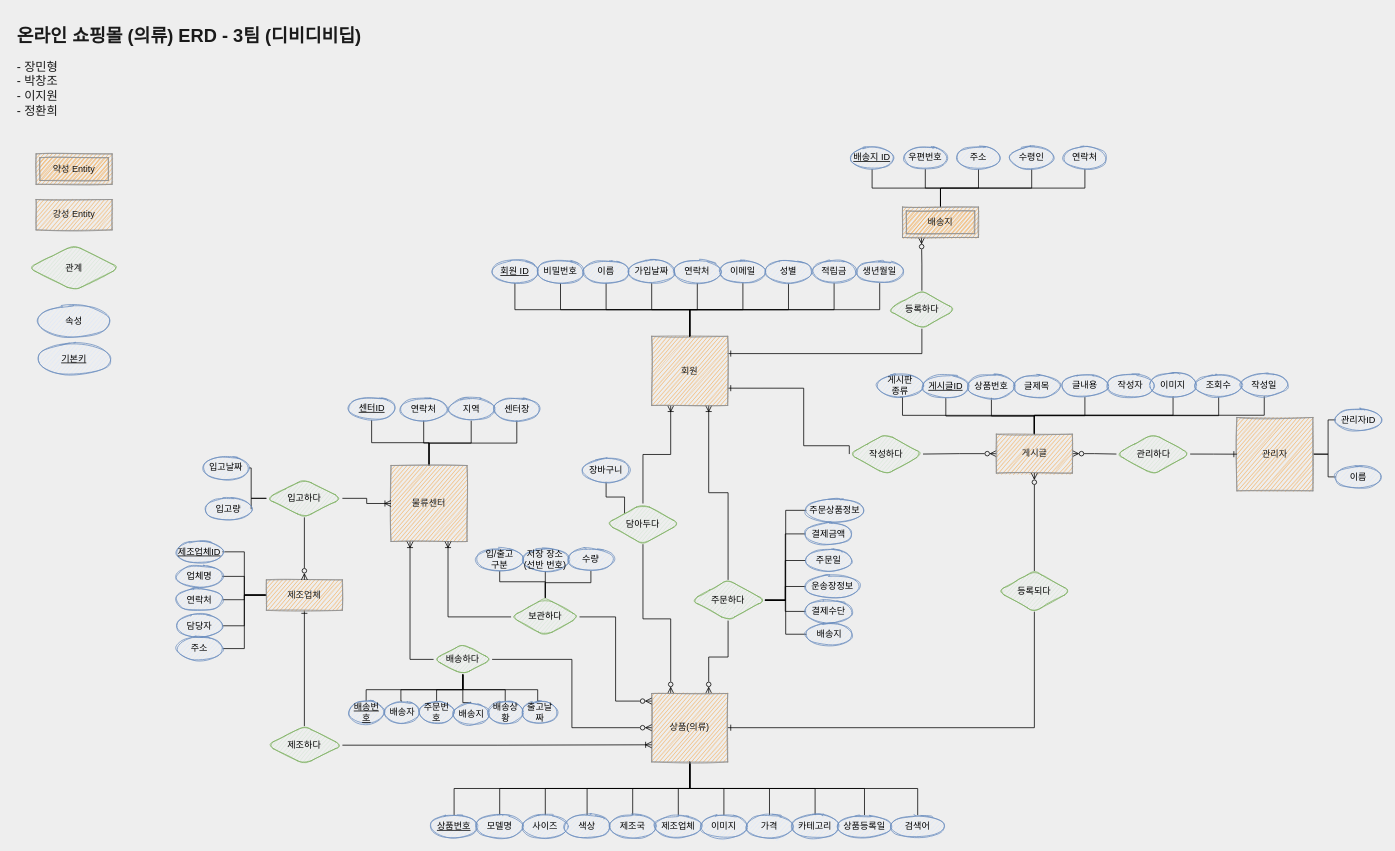
pcjo1202/DataBase-design keeps this draw.io diagram as page "새로만든ER" (3 of 3) of Untitled Diagram.drawio. Above is the earlier version. Source tidied: cells renumbered, new cells numbered last; positions are measured from the earlier drawing's top-left corner, leaving out a move shared by most shapes. Both pictures are drawn from the tidied source at 76%, with x=0, y=0 at pixel (13, 21).
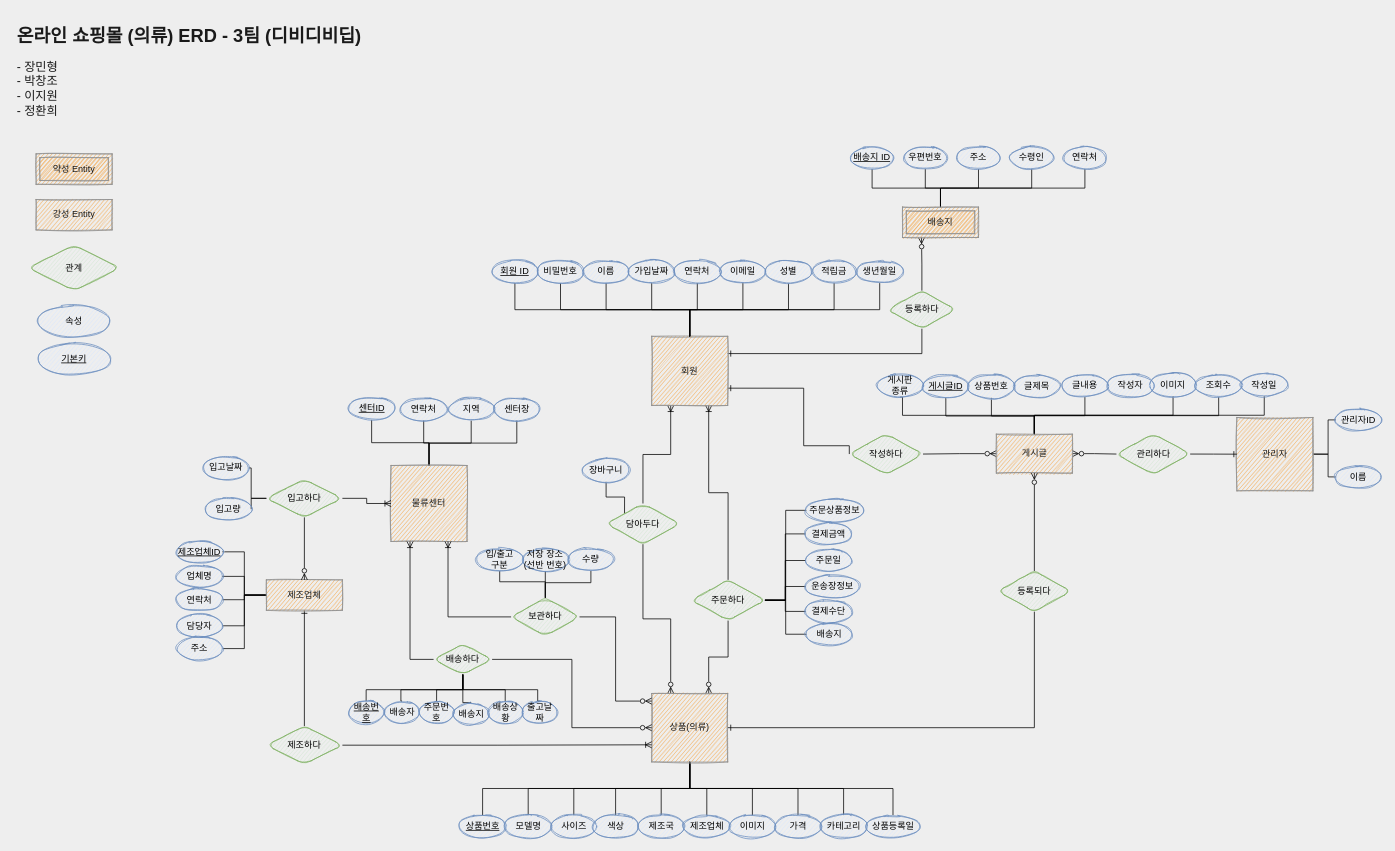
The same diagram, later.

Commit message:
상품 검색어 속성 삭제

The change refers to these unchanged cells:
```xml
<mxCell id="43" value="상품(의류)" style="whiteSpace=wrap;html=1;align=center;rounded=0;sketch=1;fontColor=#1A1A1A;strokeColor=#909090;fillColor=#F5AB50;direction=west;" parent="1" vertex="1">
  <mxGeometry x="840" y="885" width="100" height="90" as="geometry" />
</mxCell>
```

The edit, as a diff of the source:
```diff
@@
-    <mxCell id="41" style="edgeStyle=orthogonalEdgeStyle;rounded=0;jettySize=auto;html=1;exitX=0.5;exitY=0;exitDx=0;exitDy=0;entryX=0.5;entryY=0;entryDx=0;entryDy=0;endArrow=none;endFill=0;" parent="1" edge="1" source="43" target="135">
-      <mxGeometry relative="1" as="geometry" />
-    </mxCell>
@@
     <mxCell id="125" value="상품번호" style="ellipse;whiteSpace=wrap;html=1;align=center;fontStyle=4;rounded=0;sketch=1;strokeColor=#6c8ebf;fillColor=#dae8fc;" parent="1" vertex="1">
-      <mxGeometry x="550" y="1045" width="60" height="30" as="geometry" />
+      <mxGeometry x="587.5" y="1045" width="60" height="30" as="geometry" />
     </mxCell>
     <mxCell id="126" value="모델명" style="ellipse;whiteSpace=wrap;html=1;align=center;rounded=0;sketch=1;strokeColor=#6c8ebf;fillColor=#dae8fc;" parent="1" vertex="1">
-      <mxGeometry x="610" y="1045" width="60" height="30" as="geometry" />
+      <mxGeometry x="647.5" y="1045" width="60" height="30" as="geometry" />
     </mxCell>
     <mxCell id="127" value="사이즈" style="ellipse;whiteSpace=wrap;html=1;align=center;rounded=0;sketch=1;strokeColor=#6c8ebf;fillColor=#dae8fc;" parent="1" vertex="1">
-      <mxGeometry x="670" y="1045" width="60" height="30" as="geometry" />
+      <mxGeometry x="707.5" y="1045" width="60" height="30" as="geometry" />
     </mxCell>
     <mxCell id="128" value="색상" style="ellipse;whiteSpace=wrap;html=1;align=center;rounded=0;sketch=1;strokeColor=#6c8ebf;fillColor=#dae8fc;" parent="1" vertex="1">
-      <mxGeometry x="725" y="1045" width="60" height="30" as="geometry" />
+      <mxGeometry x="762.5" y="1045" width="60" height="30" as="geometry" />
     </mxCell>
     <mxCell id="129" value="제조국" style="ellipse;whiteSpace=wrap;html=1;align=center;rounded=0;sketch=1;strokeColor=#6c8ebf;fillColor=#dae8fc;" parent="1" vertex="1">
-      <mxGeometry x="785" y="1045" width="60" height="30" as="geometry" />
+      <mxGeometry x="822.5" y="1045" width="60" height="30" as="geometry" />
     </mxCell>
     <mxCell id="130" value="이미지" style="ellipse;whiteSpace=wrap;html=1;align=center;rounded=0;sketch=1;strokeColor=#6c8ebf;fillColor=#dae8fc;" parent="1" vertex="1">
-      <mxGeometry x="905" y="1045" width="60" height="30" as="geometry" />
+      <mxGeometry x="942.5" y="1045" width="60" height="30" as="geometry" />
     </mxCell>
     <mxCell id="131" value="가격" style="ellipse;whiteSpace=wrap;html=1;align=center;rounded=0;sketch=1;strokeColor=#6c8ebf;fillColor=#dae8fc;" parent="1" vertex="1">
-      <mxGeometry x="965" y="1045" width="60" height="30" as="geometry" />
+      <mxGeometry x="1002.5" y="1045" width="60" height="30" as="geometry" />
     </mxCell>
     <mxCell id="132" value="카테고리" style="ellipse;whiteSpace=wrap;html=1;align=center;rounded=0;sketch=1;strokeColor=#6c8ebf;fillColor=#dae8fc;" parent="1" vertex="1">
-      <mxGeometry x="1025" y="1045" width="60" height="30" as="geometry" />
+      <mxGeometry x="1062.5" y="1045" width="60" height="30" as="geometry" />
     </mxCell>
     <mxCell id="133" value="상품등록일" style="ellipse;whiteSpace=wrap;html=1;align=center;rounded=0;sketch=1;strokeColor=#6c8ebf;fillColor=#dae8fc;" parent="1" vertex="1">
-      <mxGeometry x="1085" y="1045" width="70" height="30" as="geometry" />
+      <mxGeometry x="1122.5" y="1045" width="70" height="30" as="geometry" />
     </mxCell>
     <mxCell id="134" value="제조업체" style="ellipse;whiteSpace=wrap;html=1;align=center;rounded=0;sketch=1;strokeColor=#6c8ebf;fillColor=#dae8fc;" parent="1" vertex="1">
-      <mxGeometry x="845" y="1045" width="60" height="30" as="geometry" />
+      <mxGeometry x="882.5" y="1045" width="60" height="30" as="geometry" />
     </mxCell>
-    <mxCell id="135" value="검색어" style="ellipse;whiteSpace=wrap;html=1;align=center;rounded=0;sketch=1;strokeColor=#6c8ebf;fillColor=#dae8fc;" parent="1" vertex="1">
-      <mxGeometry x="1155" y="1045" width="70" height="30" as="geometry" />
-    </mxCell>
```
